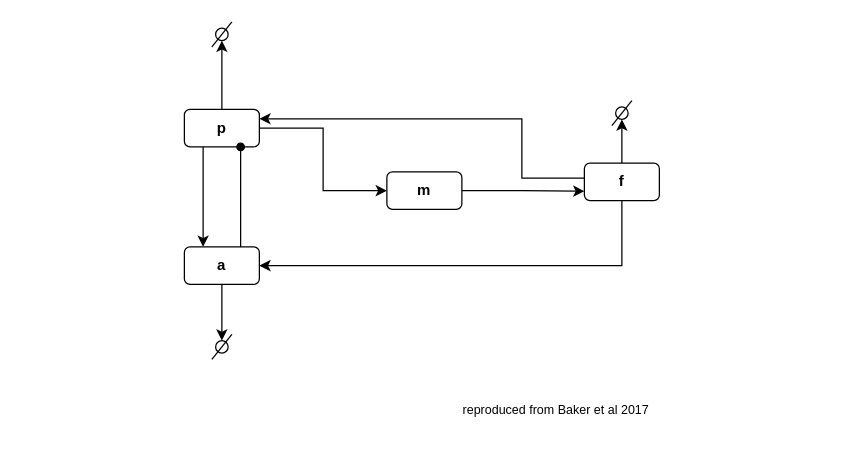
The draw.io diagram diagrams/Untitled Diagram.drawio in explodecomputer/DynaMR, before the edit. Source tidied: cells renumbered, new cells numbered last; positions are measured from the earlier drawing's top-left corner, leaving out a move shared by most shapes. Both pictures are drawn from the tidied source at 125%, with x=0, y=0 at pixel (184, 21).
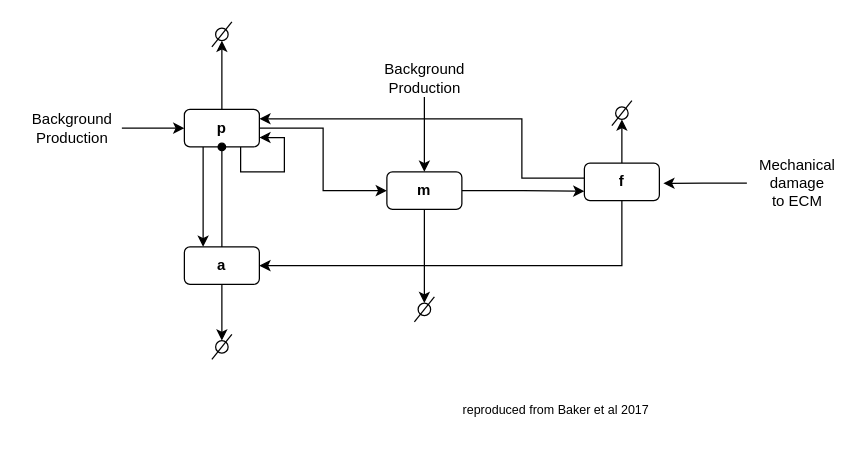
Above is the later version.

The change refers to these unchanged cells:
```xml
<mxCell id="5" value="&lt;b&gt;p&lt;/b&gt;" style="rounded=1;whiteSpace=wrap;html=1;" parent="1" vertex="1">
  <mxGeometry y="70" width="60" height="30" as="geometry" />
</mxCell>
<mxCell id="8" value="&lt;b&gt;a&lt;/b&gt;" style="rounded=1;whiteSpace=wrap;html=1;" parent="1" vertex="1">
  <mxGeometry y="180" width="60" height="30" as="geometry" />
</mxCell>
<mxCell id="12" value="&lt;b&gt;f&lt;/b&gt;" style="rounded=1;whiteSpace=wrap;html=1;" parent="1" vertex="1">
  <mxGeometry x="320" y="113" width="60" height="30" as="geometry" />
</mxCell>
<mxCell id="14" value="&lt;b&gt;m&lt;/b&gt;" style="rounded=1;whiteSpace=wrap;html=1;" parent="1" vertex="1">
  <mxGeometry x="162" y="120" width="60" height="30" as="geometry" />
</mxCell>
```

What changed in the source:
```diff
@@
-    <mxCell id="6" style="edgeStyle=orthogonalEdgeStyle;rounded=0;jettySize=auto;html=1;exitX=0.75;exitY=0;exitDx=0;exitDy=0;entryX=0.75;entryY=1;entryDx=0;entryDy=0;endArrow=oval;endFill=1;" parent="1" edge="1" source="8" target="5">
+    <mxCell id="6" style="edgeStyle=orthogonalEdgeStyle;rounded=0;jettySize=auto;html=1;exitX=0.5;exitY=0;exitDx=0;exitDy=0;entryX=0.5;entryY=1;entryDx=0;entryDy=0;endArrow=oval;endFill=1;" parent="1" edge="1" source="8" target="5">
       <mxGeometry relative="1" as="geometry" />
     </mxCell>
@@
+    <mxCell id="22" style="edgeStyle=orthogonalEdgeStyle;rounded=0;jettySize=auto;html=1;exitX=0.5;exitY=1;exitDx=0;exitDy=0;entryX=0.5;entryY=0;entryDx=0;entryDy=0;endArrow=classic;endFill=1;" parent="1" edge="1" source="14" target="23">
+      <mxGeometry relative="1" as="geometry" />
+    </mxCell>
@@
+    <mxCell id="23" style="ellipse;whiteSpace=wrap;html=1;" parent="1" vertex="1">
+      <mxGeometry x="187" y="225" width="10" height="10" as="geometry" />
+    </mxCell>
+    <mxCell id="24" style="endArrow=none;html=1;" parent="1" edge="1">
+      <mxGeometry relative="1" as="geometry">
+        <mxPoint x="184" y="240" as="sourcePoint" />
+        <mxPoint x="200" y="220" as="targetPoint" />
+      </mxGeometry>
+    </mxCell>
+    <mxCell id="25" style="edgeStyle=orthogonalEdgeStyle;rounded=0;jettySize=auto;html=1;entryX=1.053;entryY=0.54;entryDx=0;entryDy=0;entryPerimeter=0;endArrow=classic;endFill=1;" parent="1" edge="1" source="26" target="12">
+      <mxGeometry relative="1" as="geometry" />
+    </mxCell>
+    <mxCell id="26" value="Mechanical &lt;br&gt;damage&lt;br&gt;to ECM" style="text;html=1;align=center;verticalAlign=middle;points=[];strokeColor=none;" parent="1" vertex="1">
+      <mxGeometry x="450" y="104" width="80" height="50" as="geometry" />
+    </mxCell>
+    <mxCell id="27" style="edgeStyle=orthogonalEdgeStyle;rounded=0;jettySize=auto;html=1;entryX=0;entryY=0.5;entryDx=0;entryDy=0;endArrow=classic;endFill=1;" parent="1" edge="1" source="28" target="5">
+      <mxGeometry relative="1" as="geometry" />
+    </mxCell>
+    <mxCell id="28" value="Background&lt;br&gt;Production" style="text;html=1;align=center;verticalAlign=middle;points=[];strokeColor=none;" parent="1" vertex="1">
+      <mxGeometry x="-130" y="70" width="80" height="30" as="geometry" />
+    </mxCell>
+    <mxCell id="29" style="edgeStyle=orthogonalEdgeStyle;rounded=0;jettySize=auto;html=1;entryX=0.5;entryY=0;entryDx=0;entryDy=0;endArrow=classic;endFill=1;" parent="1" edge="1" source="30" target="14">
+      <mxGeometry relative="1" as="geometry" />
+    </mxCell>
+    <mxCell id="30" value="Background&lt;br&gt;Production" style="text;html=1;align=center;verticalAlign=middle;points=[];strokeColor=none;" parent="1" vertex="1">
+      <mxGeometry x="152" y="30" width="80" height="30" as="geometry" />
+    </mxCell>
+    <mxCell id="31" style="edgeStyle=orthogonalEdgeStyle;rounded=0;orthogonalLoop=1;jettySize=auto;html=1;exitX=0.75;exitY=1;exitDx=0;exitDy=0;entryX=1;entryY=0.75;entryDx=0;entryDy=0;endArrow=classic;endFill=1;" parent="1" edge="1" source="5" target="5">
+      <mxGeometry relative="1" as="geometry">
+        <Array as="points">
+          <mxPoint x="45" y="120" />
+          <mxPoint x="80" y="120" />
+          <mxPoint x="80" y="93" />
+        </Array>
+      </mxGeometry>
+    </mxCell>
```
